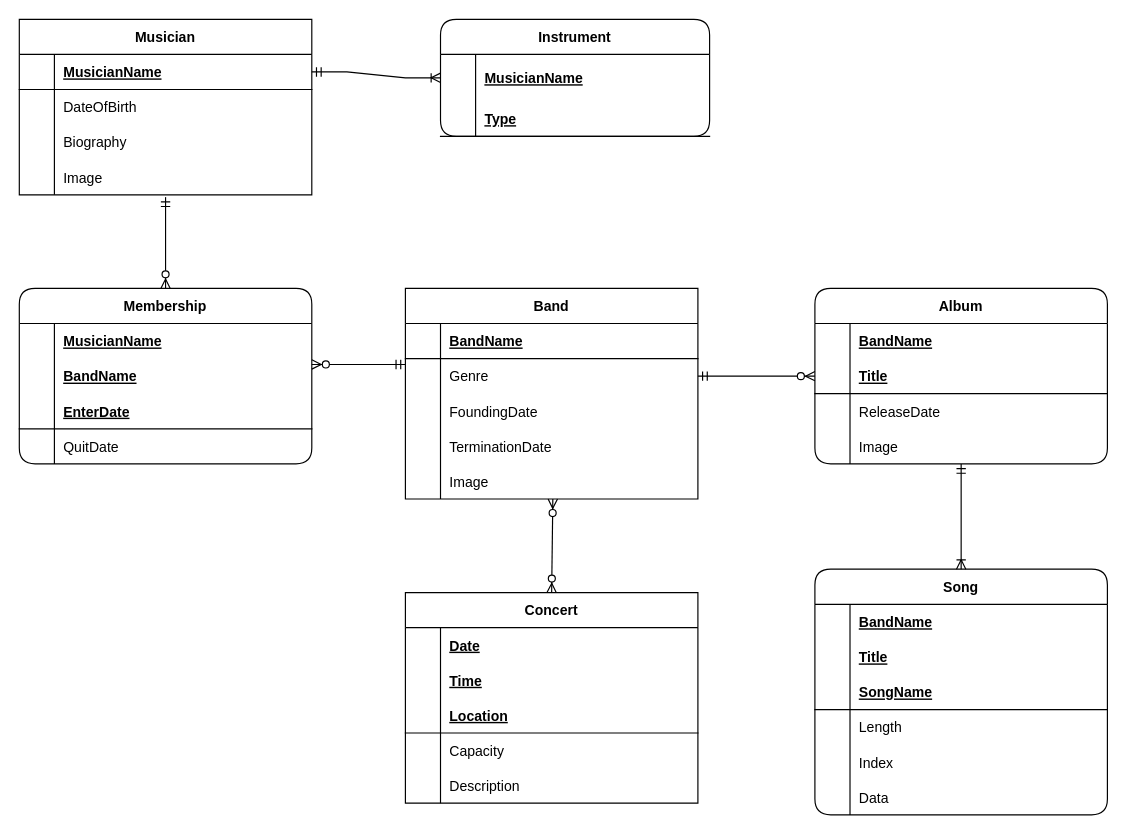
The draw.io diagram ER.drawio in frussian/MusicStreaming, before the edit. Source tidied: cells renumbered, new cells numbered last; positions are measured from the earlier drawing's top-left corner, leaving out a move shared by most shapes. Both pictures are drawn from the tidied source at 117%, with x=0, y=0 at pixel (19, 19).
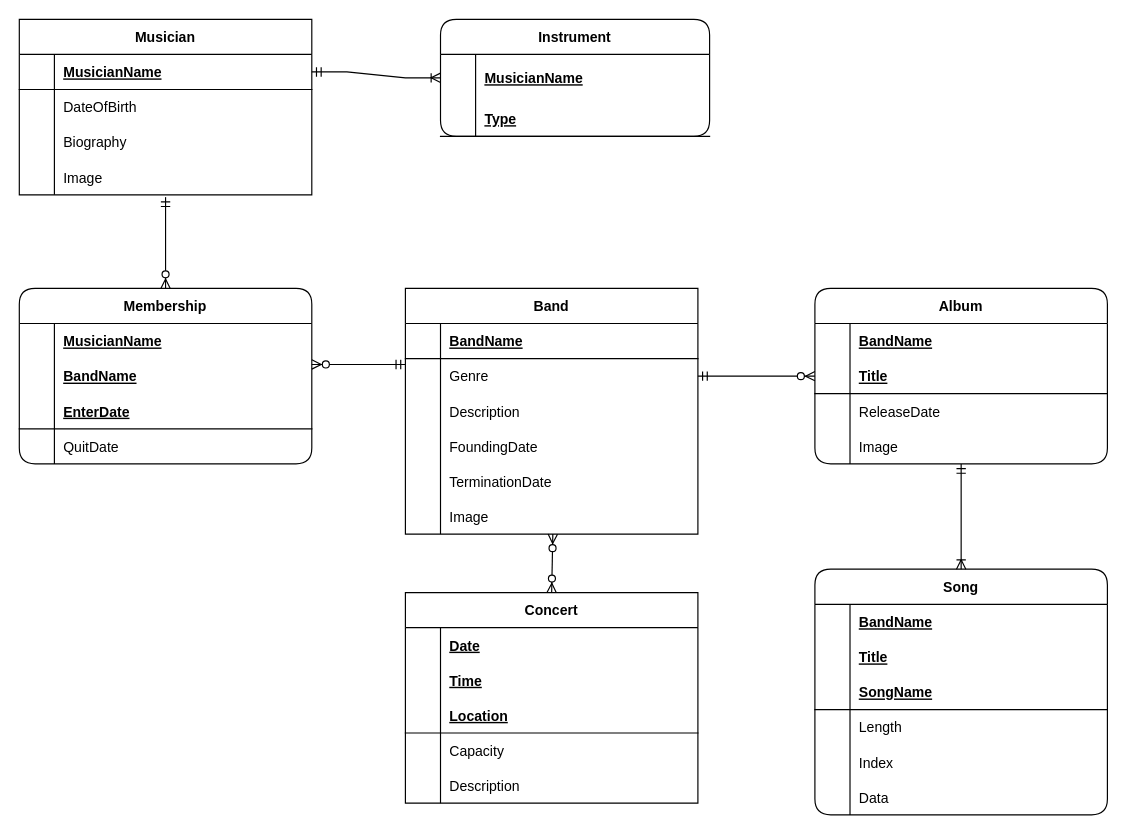
The same diagram, later.

Commit message (it also covers changes not shown here):
image fields in ER and Rel + proto messages

What changed in the source:
```diff
@@
     <mxCell id="36" value="Band" style="shape=table;startSize=30;childLayout=tableLayout;rowLines=0;fontStyle=1;align=center;" parent="1" vertex="1">
-      <mxGeometry x="330" y="230" width="250" height="180" as="geometry" />
+      <mxGeometry x="330" y="230" width="250" height="210" as="geometry" />
     </mxCell>
@@
+    <mxCell id="105" style="shape=partialRectangle;fillColor=none;top=0;left=0;right=0;bottom=0;" parent="36" vertex="1">
+      <mxGeometry y="90" width="250" height="30" as="geometry" />
+    </mxCell>
+    <mxCell id="106" style="shape=partialRectangle;overflow=hidden;fillColor=none;top=0;left=0;bottom=0;right=0;" parent="105" vertex="1">
+      <mxGeometry width="30" height="30" as="geometry" />
+    </mxCell>
+    <mxCell id="107" value="Description" style="shape=partialRectangle;overflow=hidden;fillColor=none;top=0;left=0;bottom=0;right=0;align=left;spacingLeft=6;" parent="105" vertex="1">
+      <mxGeometry x="30" width="220" height="30" as="geometry" />
+    </mxCell>
     <mxCell id="43" style="shape=partialRectangle;fillColor=none;top=0;left=0;right=0;bottom=0;" parent="36" vertex="1">
-      <mxGeometry y="90" width="250" height="30" as="geometry" />
+      <mxGeometry y="120" width="250" height="30" as="geometry" />
     </mxCell>
@@
     <mxCell id="46" style="shape=partialRectangle;fillColor=none;top=0;left=0;right=0;bottom=0;" parent="36" vertex="1">
-      <mxGeometry y="120" width="250" height="30" as="geometry" />
+      <mxGeometry y="150" width="250" height="30" as="geometry" />
     </mxCell>
@@
     <mxCell id="49" style="shape=partialRectangle;fillColor=none;points=[[0,0.5],[1,0.5]];portConstraint=eastwest;top=0;left=0;right=0;bottom=0;" parent="36" vertex="1">
-      <mxGeometry y="150" width="250" height="30" as="geometry" />
+      <mxGeometry y="180" width="250" height="30" as="geometry" />
     </mxCell>
```
